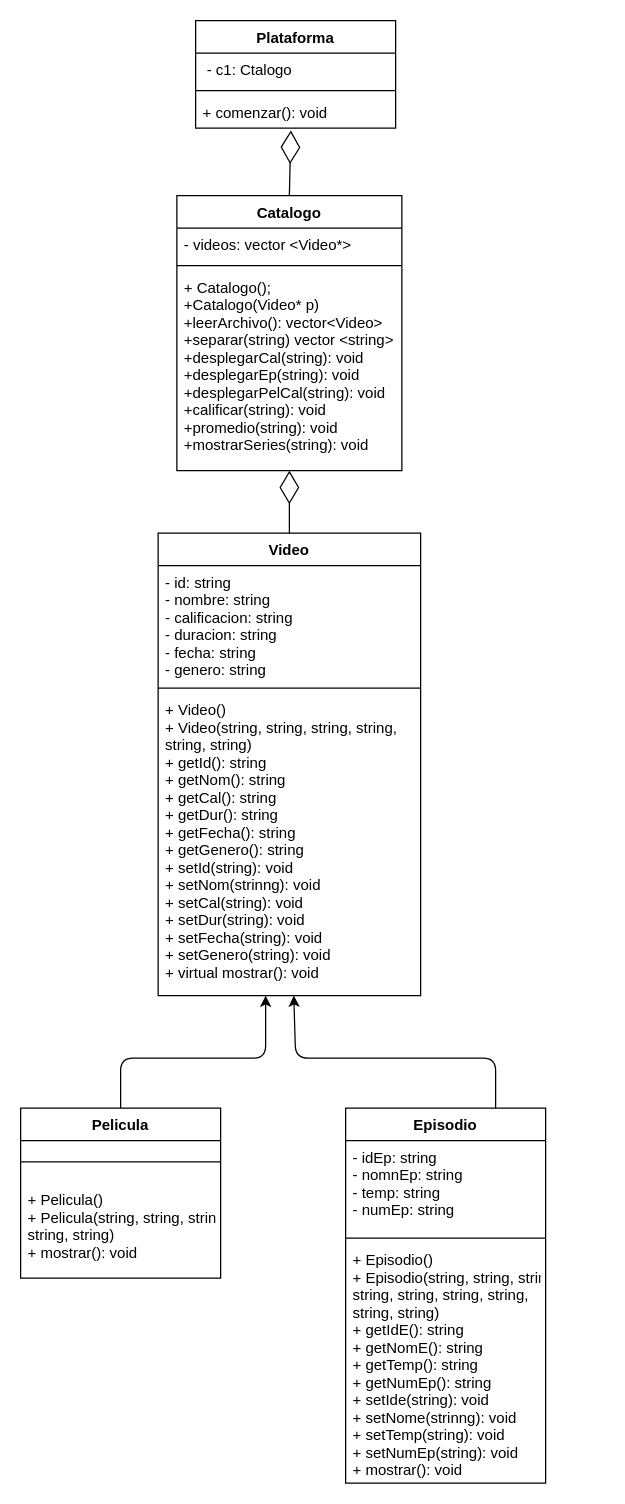
A01750046/situacionProblema keeps this draw.io diagram as diagramaClases.drawio. Above is the earlier version. Source tidied: cells renumbered, new cells numbered last; positions are measured from the earlier drawing's top-left corner, leaving out a move shared by most shapes. Both pictures are drawn from the tidied source at 125%, with x=0, y=0 at pixel (20, 20).
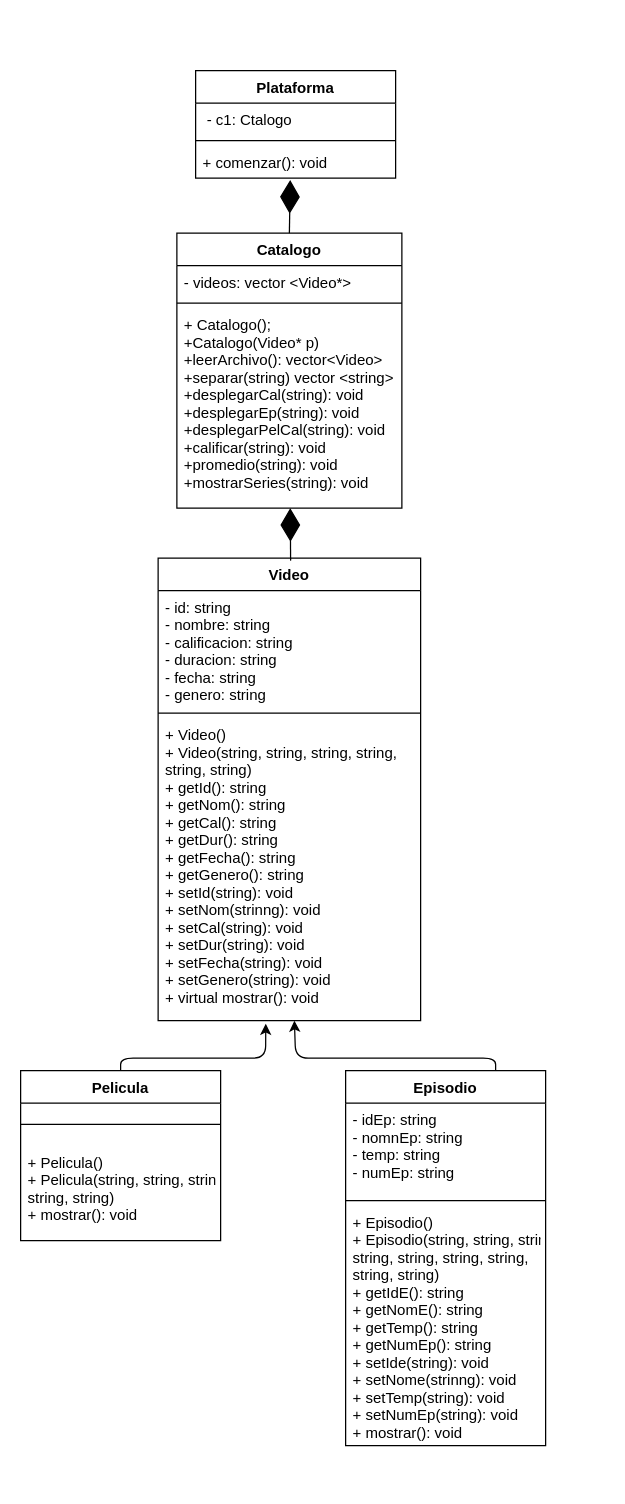
After the change.

Commit message:
diagrama modificado

Unchanged cells that the change refers to:
```xml
<mxCell id="5" value="+ Video()&#10;+ Video(string, string, string, string, &#10;string, string)&#10;+ getId(): string&#10;+ getNom(): string&#10;+ getCal(): string&#10;+ getDur(): string&#10;+ getFecha(): string&#10;+ getGenero(): string&#10;+ setId(string): void&#10;+ setNom(strinng): void&#10;+ setCal(string): void&#10;+ setDur(string): void&#10;+ setFecha(string): void&#10;+ setGenero(string): void&#10;+ virtual mostrar(): void&#10;" style="text;strokeColor=none;fillColor=none;align=left;verticalAlign=top;spacingLeft=4;spacingRight=4;overflow=hidden;points=[[0,0.5],[1,0.5]];portConstraint=eastwest;fontStyle=0;" parent="2" vertex="1">
  <mxGeometry y="128" width="210" height="242" as="geometry" />
</mxCell>
<mxCell id="18" value="+ Catalogo();&#10;+Catalogo(Video* p)&#10;+leerArchivo(): vector&lt;Video&gt;&#10;+separar(string) vector &lt;string&gt;&#10;+desplegarCal(string): void&#10;+desplegarEp(string): void&#10;+desplegarPelCal(string): void&#10;+calificar(string): void&#10;+promedio(string): void&#10;+mostrarSeries(string): void&#10;&#10;&#10;" style="text;strokeColor=none;fillColor=none;align=left;verticalAlign=top;spacingLeft=4;spacingRight=4;overflow=hidden;points=[[0,0.5],[1,0.5]];portConstraint=eastwest;" parent="15" vertex="1">
  <mxGeometry y="60" width="180" height="160" as="geometry" />
</mxCell>
<mxCell id="22" value="+ comenzar(): void" style="text;strokeColor=none;fillColor=none;align=left;verticalAlign=top;spacingLeft=4;spacingRight=4;overflow=hidden;points=[[0,0.5],[1,0.5]];portConstraint=eastwest;" parent="19" vertex="1">
  <mxGeometry y="60" width="160" height="26" as="geometry" />
</mxCell>
```

The edit, as a diff of the source:
```diff
@@
     <mxCell id="2" value="Video" style="swimlane;fontStyle=1;align=center;verticalAlign=top;horizontal=1;startSize=26;" parent="1" vertex="1">
-      <mxGeometry x="110" y="410" width="210" height="370" as="geometry" />
+      <mxGeometry x="110" y="430" width="210" height="370" as="geometry" />
     </mxCell>
@@
-    <mxCell id="6" style="edgeStyle=none;html=1;exitX=0.5;exitY=0;exitDx=0;exitDy=0;" parent="1" edge="1" source="7">
+    <mxCell id="6" style="edgeStyle=none;html=1;exitX=0.5;exitY=0;exitDx=0;exitDy=0;entryX=0.41;entryY=1.01;entryDx=0;entryDy=0;entryPerimeter=0;" parent="1" edge="1" source="7" target="5">
       <mxGeometry relative="1" as="geometry">
-        <mxPoint x="196" y="780" as="targetPoint" />
         <Array as="points">
           <mxPoint x="80" y="830" />
           <mxPoint x="196" y="830" />
         </Array>
       </mxGeometry>
     </mxCell>
     <mxCell id="7" value="Pelicula&#10;" style="swimlane;fontStyle=1;align=center;verticalAlign=top;horizontal=1;startSize=26;" parent="1" vertex="1">
-      <mxGeometry y="870" width="160" height="136" as="geometry" />
+      <mxGeometry y="840" width="160" height="136" as="geometry" />
     </mxCell>
@@
     <mxCell id="11" value="Episodio" style="swimlane;fontStyle=1;align=center;verticalAlign=top;horizontal=1;startSize=26;" parent="1" vertex="1">
-      <mxGeometry x="260" y="870" width="160" height="300" as="geometry" />
+      <mxGeometry x="260" y="840" width="160" height="300" as="geometry" />
     </mxCell>
@@
     <mxCell id="15" value="Catalogo" style="swimlane;fontStyle=1;align=center;verticalAlign=top;horizontal=1;startSize=26;" parent="1" vertex="1">
-      <mxGeometry x="125" y="140" width="180" height="220" as="geometry" />
+      <mxGeometry x="125" y="170" width="180" height="220" as="geometry" />
     </mxCell>
@@
     <mxCell id="19" value="Plataforma" style="swimlane;fontStyle=1;align=center;verticalAlign=top;horizontal=1;startSize=26;" parent="1" vertex="1">
-      <mxGeometry x="140" width="160" height="86" as="geometry" />
+      <mxGeometry x="140" y="40" width="160" height="86" as="geometry" />
     </mxCell>
@@
-    <mxCell id="23" style="endArrow=diamondThin;endFill=0;endSize=24;html=1;exitX=0.5;exitY=0;exitDx=0;exitDy=0;" parent="1" edge="1" source="2" target="18">
-      <mxGeometry relative="1" as="geometry" />
-    </mxCell>
-    <mxCell id="24" style="endArrow=diamondThin;endFill=0;endSize=24;html=1;exitX=0.5;exitY=0;exitDx=0;exitDy=0;entryX=0.476;entryY=1.07;entryDx=0;entryDy=0;entryPerimeter=0;" parent="1" edge="1" source="15" target="22">
+    <mxCell id="24" style="endArrow=diamondThin;endFill=1;endSize=24;html=1;exitX=0.5;exitY=0;exitDx=0;exitDy=0;entryX=0.473;entryY=1.06;entryDx=0;entryDy=0;entryPerimeter=0;" parent="1" edge="1" source="15" target="22">
       <mxGeometry relative="1" as="geometry" />
     </mxCell>
+    <mxCell id="25" style="endArrow=diamondThin;endFill=1;endSize=24;html=1;exitX=0.5;exitY=0;exitDx=0;exitDy=0;" parent="1" edge="1" target="18">
+      <mxGeometry relative="1" as="geometry">
+        <mxPoint x="216" y="432" as="sourcePoint" />
+      </mxGeometry>
+    </mxCell>
```
